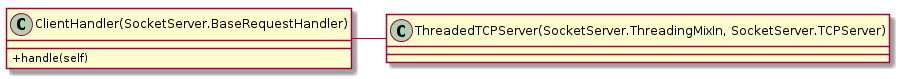
sindrehan/TTM4100-Project keeps this PlantUML diagram as server_class.png. Above is the earlier version.
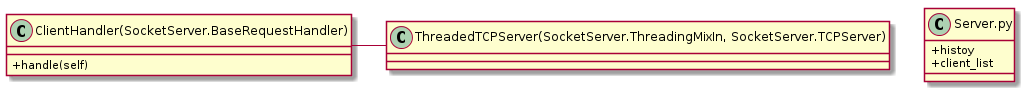
After the change.

Commit message:
Add sequence diagrams

Diff of the diagram source:
```diff
@@ -9,6 +9,12 @@
 class "ThreadedTCPServer(SocketServer.ThreadingMixIn, SocketServer.TCPServer)" as TCPserver{
 }
 
+class "Server.py" as server{
++histoy
++client_list
++
+}
+
 ClientHandler - TCPserver
 
 @enduml
```
